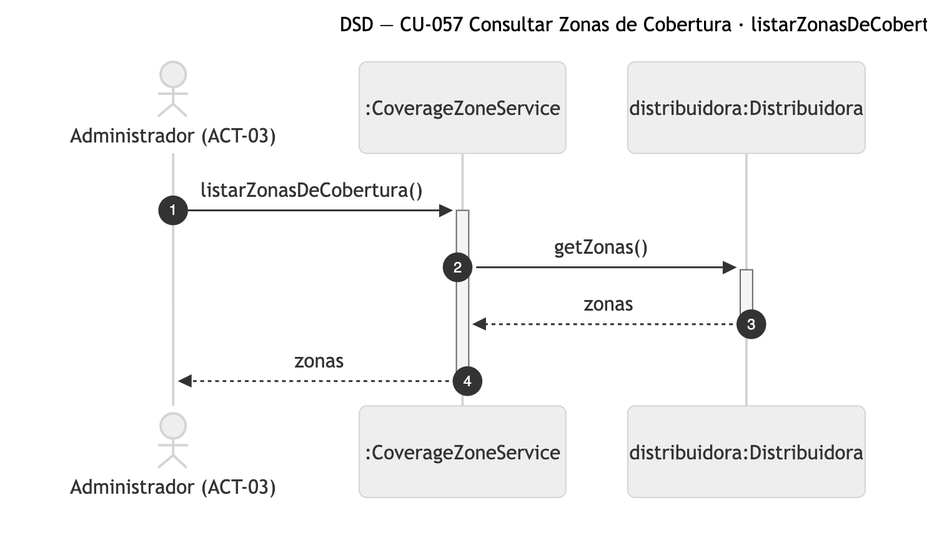
Before: diagramas/png/DSD_CU-057_listarZonasDeCobertura.png, a diagram exported from Mermaid (Nahuelito-Dev/splg-docs). Its source is kept beside it as diagramas/DSD_CU-057_listarZonasDeCobertura.mmd.
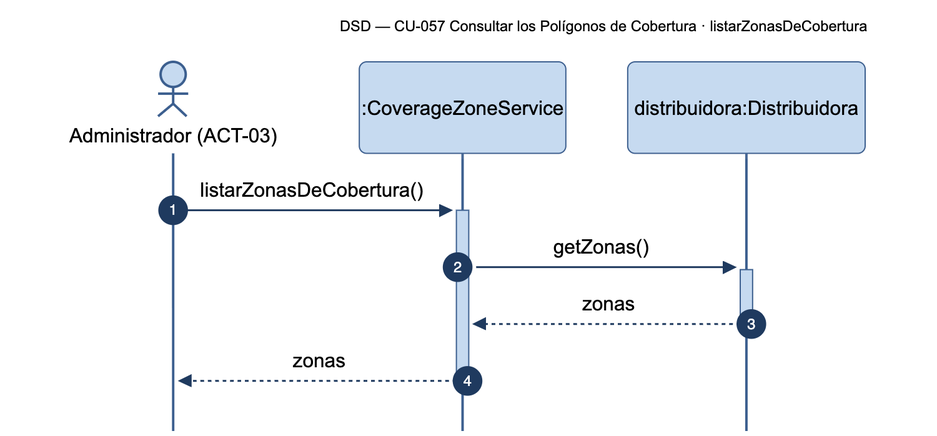
Above is the later version.

Diff of the diagram source:
```diff
@@ -1,5 +1,5 @@
 sequenceDiagram
-    title DSD — CU-057 Consultar Zonas de Cobertura · listarZonasDeCobertura
+    title DSD — CU-057 Consultar los Polígonos de Cobertura · listarZonasDeCobertura
     autonumber
     actor ADM as Administrador (ACT-03)
     participant SRV as :CoverageZoneService
```
